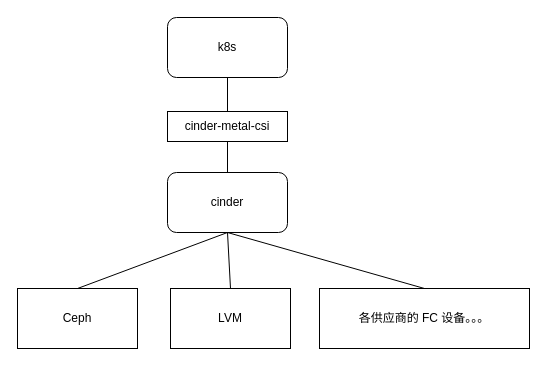
jeffyjf/drawio keeps this draw.io diagram as pictures/oid.drawio. Above is the earlier version. Source tidied: cells renumbered, new cells numbered last; positions are measured from the earlier drawing's top-left corner, leaving out a move shared by most shapes. Both pictures are drawn from the tidied source at 100%, with x=0, y=0 at pixel (17, 17).
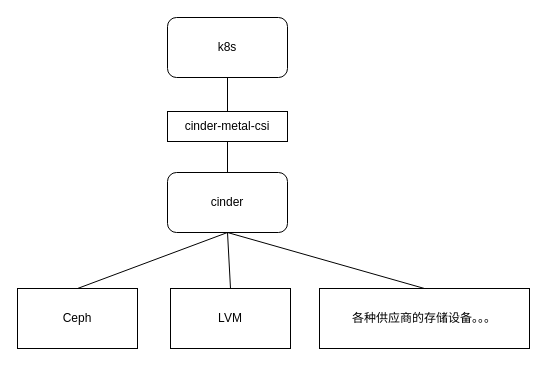
The same page after the edit.

The edit, as a diff of the source:
```diff
@@
 <mxGraphModel>
   <root>
     <mxCell id="0" />
     <mxCell id="1" parent="0" />
     <mxCell id="2" value="k8s" style="rounded=1;whiteSpace=wrap;html=1;" parent="1" vertex="1">
       <mxGeometry x="150" width="120" height="60" as="geometry" />
     </mxCell>
     <mxCell id="3" value="cinder" style="rounded=1;whiteSpace=wrap;html=1;" parent="1" vertex="1">
       <mxGeometry x="150" y="155" width="120" height="60" as="geometry" />
     </mxCell>
     <mxCell id="4" value="Ceph" style="rounded=0;whiteSpace=wrap;html=1;" parent="1" vertex="1">
       <mxGeometry y="271" width="120" height="60" as="geometry" />
     </mxCell>
     <mxCell id="5" value="LVM" style="rounded=0;whiteSpace=wrap;html=1;" parent="1" vertex="1">
       <mxGeometry x="153" y="271" width="120" height="60" as="geometry" />
     </mxCell>
-    <mxCell id="6" value="各供应商的 FC 设备。。。" style="rounded=0;whiteSpace=wrap;html=1;" parent="1" vertex="1">
+    <mxCell id="6" value="各种供应商的存储设备。。。" style="rounded=0;whiteSpace=wrap;html=1;" parent="1" vertex="1">
       <mxGeometry x="302" y="271" width="210" height="60" as="geometry" />
     </mxCell>
     <mxCell id="7" value="cinder-metal-csi" style="rounded=0;whiteSpace=wrap;html=1;" parent="1" vertex="1">
       <mxGeometry x="150" y="94" width="120" height="30" as="geometry" />
     </mxCell>
     <mxCell id="8" style="endArrow=none;html=1;rounded=0;entryX=0.5;entryY=1;entryDx=0;entryDy=0;exitX=0.5;exitY=0;exitDx=0;exitDy=0;" parent="1" edge="1" source="7" target="2">
       <mxGeometry relative="1" as="geometry" />
     </mxCell>
     <mxCell id="9" style="endArrow=none;html=1;rounded=0;entryX=0.5;entryY=1;entryDx=0;entryDy=0;exitX=0.5;exitY=0;exitDx=0;exitDy=0;" parent="1" edge="1" source="3" target="7">
       <mxGeometry relative="1" as="geometry" />
     </mxCell>
     <mxCell id="10" style="endArrow=none;html=1;rounded=0;entryX=0.5;entryY=1;entryDx=0;entryDy=0;exitX=0.5;exitY=0;exitDx=0;exitDy=0;" parent="1" edge="1" source="4" target="3">
       <mxGeometry relative="1" as="geometry" />
     </mxCell>
     <mxCell id="11" style="endArrow=none;html=1;rounded=0;entryX=0.5;entryY=0;entryDx=0;entryDy=0;exitX=0.5;exitY=1;exitDx=0;exitDy=0;" parent="1" edge="1" source="3" target="5">
       <mxGeometry relative="1" as="geometry" />
     </mxCell>
     <mxCell id="12" style="endArrow=none;html=1;rounded=0;entryX=0.5;entryY=0;entryDx=0;entryDy=0;exitX=0.5;exitY=1;exitDx=0;exitDy=0;" parent="1" edge="1" source="3" target="6">
       <mxGeometry relative="1" as="geometry" />
     </mxCell>
   </root>
 </mxGraphModel>
```
